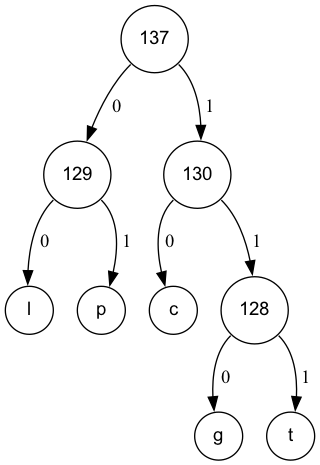
Procuste34/codage_huffman_c keeps this Graphviz diagram as fichiers_viz/arbre_codage_etape_10.png. Above is the earlier version. Its source is kept beside it as fichiers_viz/arbre_codage_etape_10.dot. The source it was exported from:
```dot
digraph POT_test {
node [fontname="Arial", shape="circle", width=0.5];
137 [label = "137"]
129 [label = "129"]
108 [label = "l"]
112 [label = "p"]
129:sw -> 108 [label = " 0"]
129:se -> 112 [label = " 1"]
130 [label = "130"]
99 [label = "c"]
128 [label = "128"]
103 [label = "g"]
116 [label = "t"]
128:sw -> 103 [label = " 0"]
128:se -> 116 [label = " 1"]
130:sw -> 99 [label = " 0"]
130:se -> 128 [label = " 1"]
137:sw -> 129 [label = " 0"]
137:se -> 130 [label = " 1"]
}
```
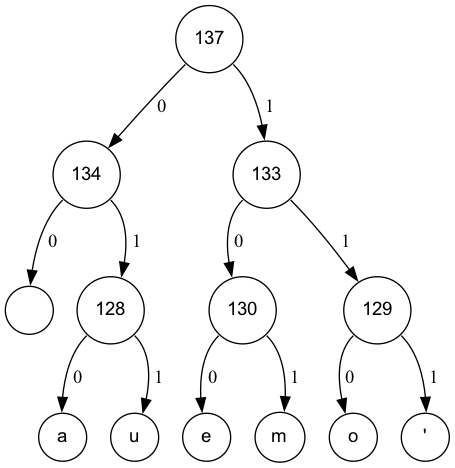
After the change.

The edit, as a diff of the source:
```diff
@@ -1,20 +1,28 @@
 digraph POT_test {
 node [fontname="Arial", shape="circle", width=0.5];
 137 [label = "137"]
+134 [label = "134"]
+32 [label = " "]
+128 [label = "128"]
+97 [label = "a"]
+117 [label = "u"]
+128:sw -> 97 [label = " 0"]
+128:se -> 117 [label = " 1"]
+134:sw -> 32 [label = " 0"]
+134:se -> 128 [label = " 1"]
+133 [label = "133"]
+130 [label = "130"]
+101 [label = "e"]
+109 [label = "m"]
+130:sw -> 101 [label = " 0"]
+130:se -> 109 [label = " 1"]
 129 [label = "129"]
-108 [label = "l"]
-112 [label = "p"]
-129:sw -> 108 [label = " 0"]
-129:se -> 112 [label = " 1"]
-130 [label = "130"]
-99 [label = "c"]
-128 [label = "128"]
-103 [label = "g"]
-116 [label = "t"]
-128:sw -> 103 [label = " 0"]
-128:se -> 116 [label = " 1"]
-130:sw -> 99 [label = " 0"]
-130:se -> 128 [label = " 1"]
-137:sw -> 129 [label = " 0"]
-137:se -> 130 [label = " 1"]
+111 [label = "o"]
+39 [label = "'"]
+129:sw -> 111 [label = " 0"]
+129:se -> 39 [label = " 1"]
+133:sw -> 130 [label = " 0"]
+133:se -> 129 [label = " 1"]
+137:sw -> 134 [label = " 0"]
+137:se -> 133 [label = " 1"]
 }
```
